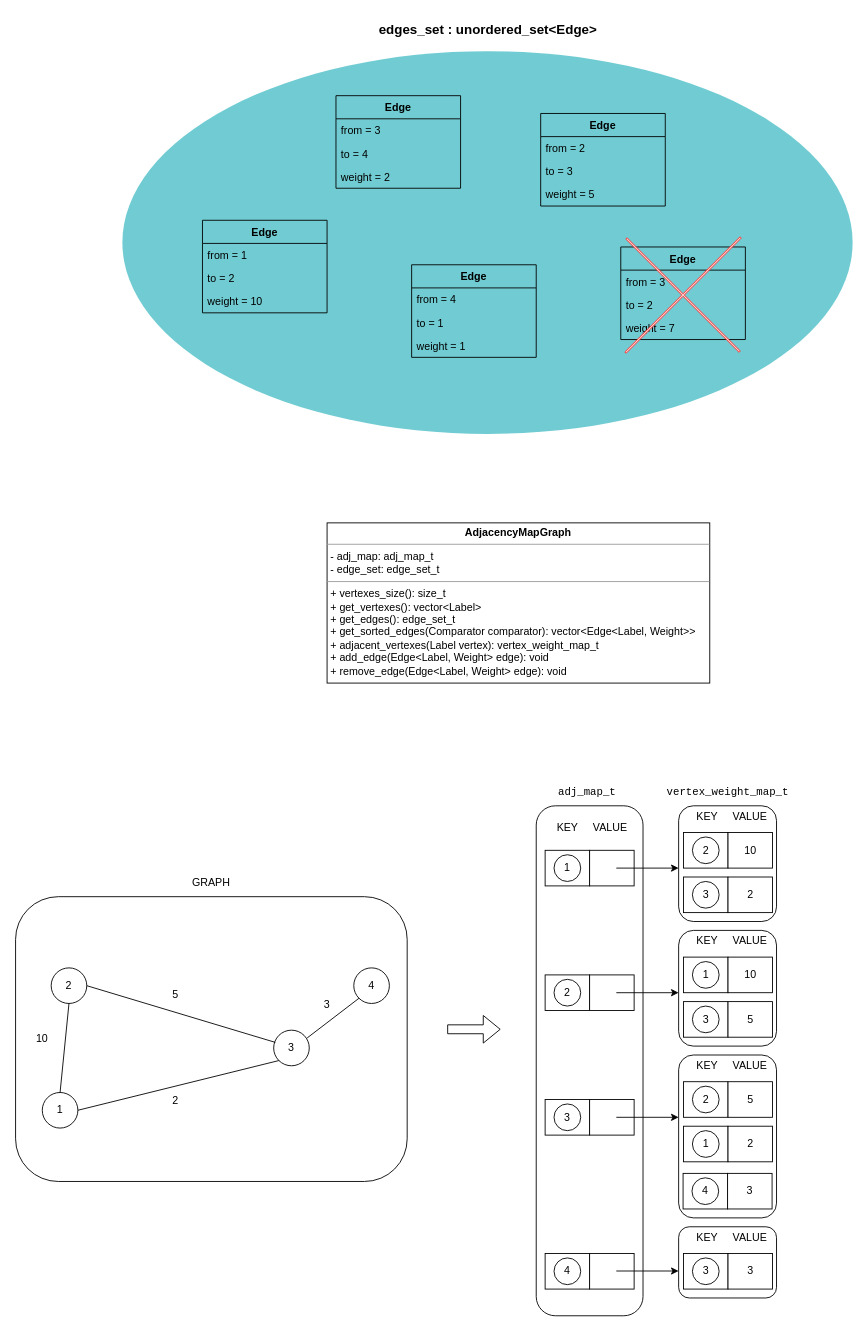
The draw.io diagram report/images/adj_list_graph abstract.drawio in jkomyno/algorithms-hw1, before the edit. Source tidied: cells renumbered, new cells numbered last; positions are measured from the earlier drawing's top-left corner, leaving out a move shared by most shapes. Both pictures are drawn from the tidied source at 89%, with x=0, y=0 at pixel (15, 15).
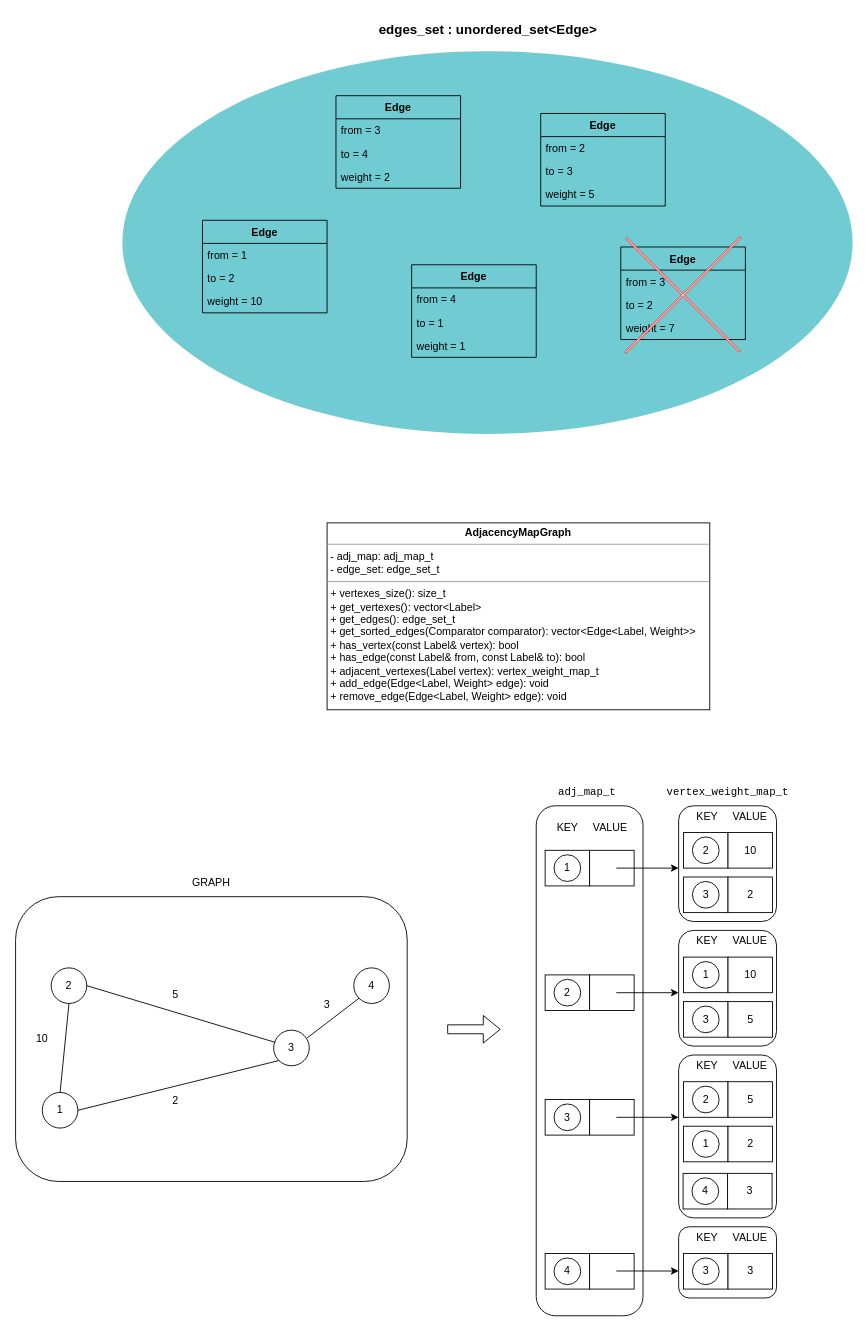
After the change.

Diff of the diagram source:
```diff
@@
-    <mxCell id="8" value="&lt;p style=&quot;margin: 0px ; margin-top: 4px ; text-align: center&quot;&gt;&lt;b&gt;AdjacencyMapGraph&lt;/b&gt;&lt;br&gt;&lt;/p&gt;&lt;hr size=&quot;1&quot;&gt;&lt;p style=&quot;margin: 0px ; margin-left: 4px&quot;&gt;- adj_map:&amp;nbsp;adj_map_t&lt;/p&gt;&lt;p style=&quot;margin: 0px ; margin-left: 4px&quot;&gt;- edge_set: edge_set_t&lt;/p&gt;&lt;hr size=&quot;1&quot;&gt;&lt;p style=&quot;margin: 0px ; margin-left: 4px&quot;&gt;+ vertexes_size(): size_t&lt;/p&gt;&lt;p style=&quot;margin: 0px ; margin-left: 4px&quot;&gt;+ get_vertexes(): vector&amp;lt;Label&amp;gt;&lt;/p&gt;&lt;p style=&quot;margin: 0px ; margin-left: 4px&quot;&gt;+ get_edges():&amp;nbsp;edge_set_t&lt;/p&gt;&lt;p style=&quot;margin: 0px ; margin-left: 4px&quot;&gt;+ get_sorted_edges(Comparator comparator):&amp;nbsp;vector&amp;lt;Edge&amp;lt;Label, Weight&amp;gt;&amp;gt;&lt;/p&gt;&lt;p style=&quot;margin: 0px ; margin-left: 4px&quot;&gt;+ adjacent_vertexes(Label vertex):&amp;nbsp;vertex_weight_map_t&lt;/p&gt;&lt;p style=&quot;margin: 0px ; margin-left: 4px&quot;&gt;+&amp;nbsp;add_edge(Edge&amp;lt;Label, Weight&amp;gt; edge): void&lt;/p&gt;&lt;p style=&quot;margin: 0px ; margin-left: 4px&quot;&gt;+&amp;nbsp;remove_edge(Edge&amp;lt;Label, Weight&amp;gt; edge): void&lt;/p&gt;" style="verticalAlign=top;align=left;overflow=fill;fontSize=12;fontFamily=Helvetica;html=1;fillColor=none;" parent="1" vertex="1">
-      <mxGeometry x="350" y="570" width="430" height="180" as="geometry" />
+    <mxCell id="8" value="&lt;p style=&quot;margin: 0px ; margin-top: 4px ; text-align: center&quot;&gt;&lt;b&gt;AdjacencyMapGraph&lt;/b&gt;&lt;br&gt;&lt;/p&gt;&lt;hr size=&quot;1&quot;&gt;&lt;p style=&quot;margin: 0px ; margin-left: 4px&quot;&gt;- adj_map:&amp;nbsp;adj_map_t&lt;/p&gt;&lt;p style=&quot;margin: 0px ; margin-left: 4px&quot;&gt;- edge_set: edge_set_t&lt;/p&gt;&lt;hr size=&quot;1&quot;&gt;&lt;p style=&quot;margin: 0px ; margin-left: 4px&quot;&gt;+ vertexes_size(): size_t&lt;/p&gt;&lt;p style=&quot;margin: 0px ; margin-left: 4px&quot;&gt;+ get_vertexes(): vector&amp;lt;Label&amp;gt;&lt;/p&gt;&lt;p style=&quot;margin: 0px ; margin-left: 4px&quot;&gt;+ get_edges():&amp;nbsp;edge_set_t&lt;/p&gt;&lt;p style=&quot;margin: 0px ; margin-left: 4px&quot;&gt;+ get_sorted_edges(Comparator comparator):&amp;nbsp;vector&amp;lt;Edge&amp;lt;Label, Weight&amp;gt;&amp;gt;&lt;/p&gt;&lt;p style=&quot;margin: 0px ; margin-left: 4px&quot;&gt;+&amp;nbsp;has_vertex(const Label&amp;amp; vertex): bool&lt;/p&gt;&lt;p style=&quot;margin: 0px ; margin-left: 4px&quot;&gt;+&amp;nbsp;has_edge(const Label&amp;amp; from, const Label&amp;amp; to): bool&lt;/p&gt;&lt;p style=&quot;margin: 0px ; margin-left: 4px&quot;&gt;+ adjacent_vertexes(Label vertex):&amp;nbsp;vertex_weight_map_t&lt;/p&gt;&lt;p style=&quot;margin: 0px ; margin-left: 4px&quot;&gt;+&amp;nbsp;add_edge(Edge&amp;lt;Label, Weight&amp;gt; edge): void&lt;/p&gt;&lt;p style=&quot;margin: 0px ; margin-left: 4px&quot;&gt;+&amp;nbsp;remove_edge(Edge&amp;lt;Label, Weight&amp;gt; edge): void&lt;/p&gt;" style="verticalAlign=top;align=left;overflow=fill;fontSize=12;fontFamily=Helvetica;html=1;fillColor=none;" parent="1" vertex="1">
+      <mxGeometry x="350" y="570" width="430" height="210" as="geometry" />
     </mxCell>
```
